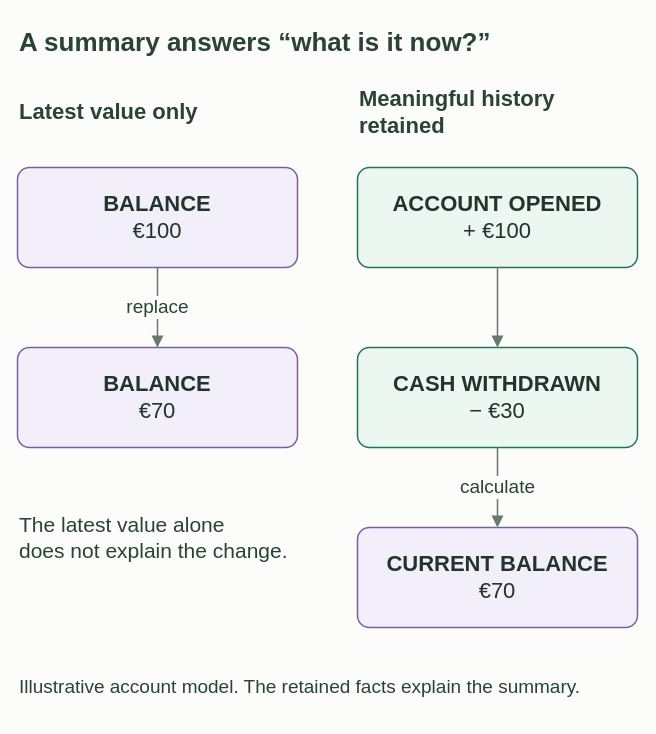
Above: website/public/diagrams/history-and-summary.drawio in neohaskell/NeoHaskell (draw.io), before the change. Source tidied: cells renumbered, new cells numbered last; positions are measured from the earlier drawing's top-left corner, leaving out a move shared by most shapes. Both pictures are drawn from the tidied source at 100%, with x=0, y=0 at pixel (17, 17).
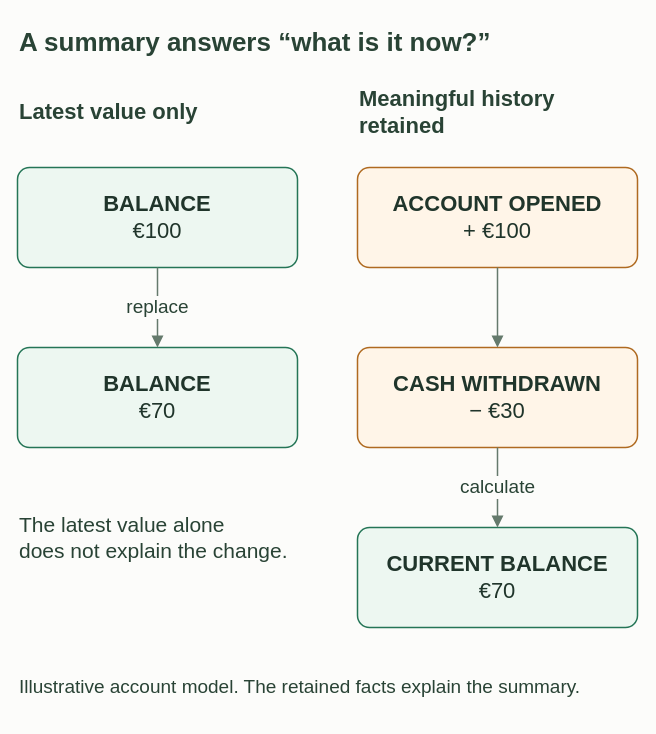
The same page after the edit.

What changed in the source:
```diff
@@
 <mxGraphModel background="#FCFCFA">
   <root>
     <mxCell id="0" />
     <mxCell id="1" parent="0" />
     <mxCell id="2" value="A summary answers “what is it now?”" style="text;html=1;whiteSpace=wrap;align=left;verticalAlign=middle;fontFamily=Helvetica;fontSize=26;fontColor=#294335;fontStyle=1;" parent="1" vertex="1">
       <mxGeometry width="620" height="50" as="geometry" />
     </mxCell>
     <mxCell id="3" value="Latest value only" style="text;html=1;whiteSpace=wrap;align=left;verticalAlign=middle;fontFamily=Helvetica;fontSize=22;fontColor=#294335;fontStyle=1;" parent="1" vertex="1">
       <mxGeometry y="70" width="280" height="50" as="geometry" />
     </mxCell>
     <mxCell id="4" value="Meaningful history retained" style="text;html=1;whiteSpace=wrap;align=left;verticalAlign=middle;fontFamily=Helvetica;fontSize=22;fontColor=#294335;fontStyle=1;" parent="1" vertex="1">
       <mxGeometry x="340" y="70" width="280" height="50" as="geometry" />
     </mxCell>
-    <mxCell id="5" value="&lt;b&gt;BALANCE&lt;/b&gt;&lt;br&gt;€100" style="rounded=1;arcSize=12;whiteSpace=wrap;html=1;fontFamily=Helvetica;fontSize=22;fontColor=#20352B;fillColor=#F3EFFA;strokeColor=#7860A0;strokeWidth=1.5;spacing=12;" parent="1" vertex="1">
+    <mxCell id="5" value="&lt;b&gt;BALANCE&lt;/b&gt;&lt;br&gt;€100" style="rounded=1;arcSize=12;whiteSpace=wrap;html=1;fontFamily=Helvetica;fontSize=22;fontColor=#20352B;fillColor=#EDF7F1;strokeColor=#247556;strokeWidth=1.5;spacing=12;" parent="1" vertex="1">
       <mxGeometry y="150" width="280" height="100" as="geometry" />
     </mxCell>
-    <mxCell id="6" value="&lt;b&gt;BALANCE&lt;/b&gt;&lt;br&gt;€70" style="rounded=1;arcSize=12;whiteSpace=wrap;html=1;fontFamily=Helvetica;fontSize=22;fontColor=#20352B;fillColor=#F3EFFA;strokeColor=#7860A0;strokeWidth=1.5;spacing=12;" parent="1" vertex="1">
+    <mxCell id="6" value="&lt;b&gt;BALANCE&lt;/b&gt;&lt;br&gt;€70" style="rounded=1;arcSize=12;whiteSpace=wrap;html=1;fontFamily=Helvetica;fontSize=22;fontColor=#20352B;fillColor=#EDF7F1;strokeColor=#247556;strokeWidth=1.5;spacing=12;" parent="1" vertex="1">
       <mxGeometry y="330" width="280" height="100" as="geometry" />
     </mxCell>
     <mxCell id="7" value="replace" style="edgeStyle=orthogonalEdgeStyle;rounded=1;jettySize=auto;html=1;endArrow=block;endSize=8;strokeWidth=1.5;strokeColor=#657A6C;fontFamily=Helvetica;fontSize=19;fontColor=#294335;labelBackgroundColor=#FCFCFA;exitX=0.5;exitY=1;entryX=0.5;entryY=0;" parent="1" edge="1" source="5" target="6">
       <mxGeometry relative="1" as="geometry" />
     </mxCell>
-    <mxCell id="8" value="&lt;b&gt;ACCOUNT OPENED&lt;/b&gt;&lt;br&gt;+ €100" style="rounded=1;arcSize=12;whiteSpace=wrap;html=1;fontFamily=Helvetica;fontSize=22;fontColor=#20352B;fillColor=#EDF7F1;strokeColor=#247556;strokeWidth=1.5;spacing=12;" parent="1" vertex="1">
+    <mxCell id="8" value="&lt;b&gt;ACCOUNT OPENED&lt;/b&gt;&lt;br&gt;+ €100" style="rounded=1;arcSize=12;whiteSpace=wrap;html=1;fontFamily=Helvetica;fontSize=22;fontColor=#20352B;fillColor=#FFF5E8;strokeColor=#AF6A20;strokeWidth=1.5;spacing=12;" parent="1" vertex="1">
       <mxGeometry x="340" y="150" width="280" height="100" as="geometry" />
     </mxCell>
-    <mxCell id="9" value="&lt;b&gt;CASH WITHDRAWN&lt;/b&gt;&lt;br&gt;− €30" style="rounded=1;arcSize=12;whiteSpace=wrap;html=1;fontFamily=Helvetica;fontSize=22;fontColor=#20352B;fillColor=#EDF7F1;strokeColor=#247556;strokeWidth=1.5;spacing=12;" parent="1" vertex="1">
+    <mxCell id="9" value="&lt;b&gt;CASH WITHDRAWN&lt;/b&gt;&lt;br&gt;− €30" style="rounded=1;arcSize=12;whiteSpace=wrap;html=1;fontFamily=Helvetica;fontSize=22;fontColor=#20352B;fillColor=#FFF5E8;strokeColor=#AF6A20;strokeWidth=1.5;spacing=12;" parent="1" vertex="1">
       <mxGeometry x="340" y="330" width="280" height="100" as="geometry" />
     </mxCell>
-    <mxCell id="10" value="&lt;b&gt;CURRENT BALANCE&lt;/b&gt;&lt;br&gt;€70" style="rounded=1;arcSize=12;whiteSpace=wrap;html=1;fontFamily=Helvetica;fontSize=22;fontColor=#20352B;fillColor=#F3EFFA;strokeColor=#7860A0;strokeWidth=1.5;spacing=12;" parent="1" vertex="1">
+    <mxCell id="10" value="&lt;b&gt;CURRENT BALANCE&lt;/b&gt;&lt;br&gt;€70" style="rounded=1;arcSize=12;whiteSpace=wrap;html=1;fontFamily=Helvetica;fontSize=22;fontColor=#20352B;fillColor=#EDF7F1;strokeColor=#247556;strokeWidth=1.5;spacing=12;" parent="1" vertex="1">
       <mxGeometry x="340" y="510" width="280" height="100" as="geometry" />
     </mxCell>
     <mxCell id="11" style="edgeStyle=orthogonalEdgeStyle;rounded=1;jettySize=auto;html=1;endArrow=block;endSize=8;strokeWidth=1.5;strokeColor=#657A6C;fontFamily=Helvetica;fontSize=19;fontColor=#294335;labelBackgroundColor=#FCFCFA;exitX=0.5;exitY=1;entryX=0.5;entryY=0;" parent="1" edge="1" source="8" target="9">
       <mxGeometry relative="1" as="geometry" />
     </mxCell>
     <mxCell id="12" value="calculate" style="edgeStyle=orthogonalEdgeStyle;rounded=1;jettySize=auto;html=1;endArrow=block;endSize=8;strokeWidth=1.5;strokeColor=#657A6C;fontFamily=Helvetica;fontSize=19;fontColor=#294335;labelBackgroundColor=#FCFCFA;exitX=0.5;exitY=1;entryX=0.5;entryY=0;" parent="1" edge="1" source="9" target="10">
       <mxGeometry relative="1" as="geometry" />
     </mxCell>
     <mxCell id="13" value="The latest value alone&#10;does not explain the change." style="text;html=1;whiteSpace=wrap;align=left;verticalAlign=middle;fontFamily=Helvetica;fontSize=21;fontColor=#294335;fontStyle=0;" parent="1" vertex="1">
       <mxGeometry y="470" width="280" height="100" as="geometry" />
     </mxCell>
     <mxCell id="14" value="Illustrative account model. The retained facts explain the summary." style="text;html=1;whiteSpace=wrap;align=left;verticalAlign=middle;fontFamily=Helvetica;fontSize=19;fontColor=#294335;fontStyle=0;" parent="1" vertex="1">
       <mxGeometry y="640" width="620" height="60" as="geometry" />
     </mxCell>
   </root>
 </mxGraphModel>
```
